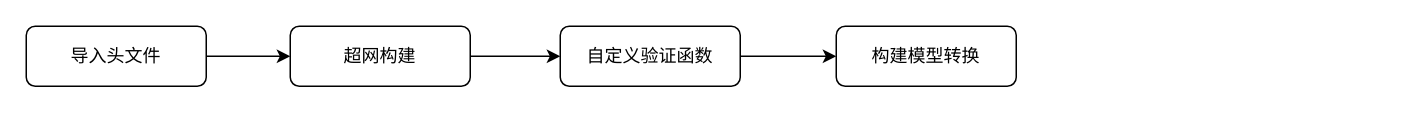
Above: 软工流程_简易.drawio in WenBank/draw.io (draw.io), before the change. Source tidied: cells renumbered, new cells numbered last; positions are measured from the earlier drawing's top-left corner, leaving out a move shared by most shapes. Both pictures are drawn from the tidied source at 150%, with x=0, y=0 at pixel (26, 26).
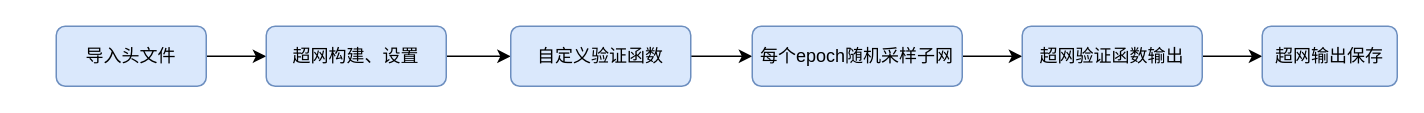
Above is the later version.

Commit message:
更新软工流程_简易.drawio

Diff of the diagram source:
```diff
@@
 <mxGraphModel>
   <root>
     <mxCell id="0" />
     <mxCell id="1" parent="0" />
     <mxCell id="2" style="edgeStyle=orthogonalEdgeStyle;rounded=0;jettySize=auto;html=1;" parent="1" edge="1" source="3" target="5">
       <mxGeometry relative="1" as="geometry" />
     </mxCell>
-    <mxCell id="3" value="导入头文件" style="rounded=1;whiteSpace=wrap;html=1;fontSize=12;glass=0;strokeWidth=1;shadow=0;" parent="1" vertex="1">
-      <mxGeometry width="120" height="40" as="geometry" />
+    <mxCell id="3" value="导入头文件" style="rounded=1;whiteSpace=wrap;html=1;fontSize=12;glass=0;strokeWidth=1;shadow=0;fillColor=#dae8fc;strokeColor=#6c8ebf;" parent="1" vertex="1">
+      <mxGeometry x="20" width="100" height="40" as="geometry" />
     </mxCell>
     <mxCell id="4" style="edgeStyle=orthogonalEdgeStyle;rounded=0;jettySize=auto;html=1;" parent="1" edge="1" source="5" target="7">
       <mxGeometry relative="1" as="geometry" />
     </mxCell>
-    <mxCell id="5" value="超网构建" style="rounded=1;whiteSpace=wrap;html=1;fontSize=12;glass=0;strokeWidth=1;shadow=0;" parent="1" vertex="1">
-      <mxGeometry x="176" width="120" height="40" as="geometry" />
+    <mxCell id="5" value="超网构建、设置" style="rounded=1;whiteSpace=wrap;html=1;fontSize=12;glass=0;strokeWidth=1;shadow=0;fillColor=#dae8fc;strokeColor=#6c8ebf;" parent="1" vertex="1">
+      <mxGeometry x="160" width="120" height="40" as="geometry" />
     </mxCell>
     <mxCell id="6" style="edgeStyle=orthogonalEdgeStyle;rounded=0;jettySize=auto;html=1;" parent="1" edge="1" source="7" target="8">
       <mxGeometry relative="1" as="geometry" />
     </mxCell>
-    <mxCell id="7" value="自定义验证函数" style="rounded=1;whiteSpace=wrap;html=1;fontSize=12;glass=0;strokeWidth=1;shadow=0;" parent="1" vertex="1">
-      <mxGeometry x="356" width="120" height="40" as="geometry" />
+    <mxCell id="7" value="自定义验证函数" style="rounded=1;whiteSpace=wrap;html=1;fontSize=12;glass=0;strokeWidth=1;shadow=0;fillColor=#dae8fc;strokeColor=#6c8ebf;" parent="1" vertex="1">
+      <mxGeometry x="323" width="120" height="40" as="geometry" />
     </mxCell>
+    <mxCell id="9" style="edgeStyle=orthogonalEdgeStyle;rounded=0;jettySize=auto;html=1;" parent="1" edge="1" source="8" target="11">
+      <mxGeometry relative="1" as="geometry" />
+    </mxCell>
-    <mxCell id="8" value="构建模型转换" style="rounded=1;whiteSpace=wrap;html=1;fontSize=12;glass=0;strokeWidth=1;shadow=0;" parent="1" vertex="1">
-      <mxGeometry x="540" width="120" height="40" as="geometry" />
+    <mxCell id="8" value="每个epoch随机采样子网" style="rounded=1;whiteSpace=wrap;html=1;fontSize=12;glass=0;strokeWidth=1;shadow=0;fillColor=#dae8fc;strokeColor=#6c8ebf;" parent="1" vertex="1">
+      <mxGeometry x="484" width="140" height="40" as="geometry" />
     </mxCell>
+    <mxCell id="10" style="edgeStyle=orthogonalEdgeStyle;rounded=0;jettySize=auto;html=1;" parent="1" edge="1" source="11" target="12">
+      <mxGeometry relative="1" as="geometry" />
+    </mxCell>
+    <mxCell id="11" value="超网验证函数输出" style="rounded=1;whiteSpace=wrap;html=1;fontSize=12;glass=0;strokeWidth=1;shadow=0;fillColor=#dae8fc;strokeColor=#6c8ebf;" parent="1" vertex="1">
+      <mxGeometry x="664" width="120" height="40" as="geometry" />
+    </mxCell>
+    <mxCell id="12" value="超网输出保存" style="rounded=1;whiteSpace=wrap;html=1;fontSize=12;glass=0;strokeWidth=1;shadow=0;fillColor=#dae8fc;strokeColor=#6c8ebf;" parent="1" vertex="1">
+      <mxGeometry x="824" width="90" height="40" as="geometry" />
+    </mxCell>
   </root>
 </mxGraphModel>
```
